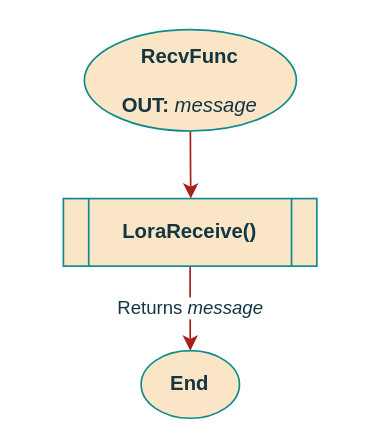
Above: page "recvFunc" (3 of 4) of documentation/flowcharts/Classes/CLoraComm.drawio in ESRGgroup9/slipad (draw.io), before the change. Source tidied: cells renumbered, new cells numbered last; positions are measured from the earlier drawing's top-left corner, leaving out a move shared by most shapes. Both pictures are drawn from the tidied source at 169%, with x=0, y=0 at pixel (63, 29).
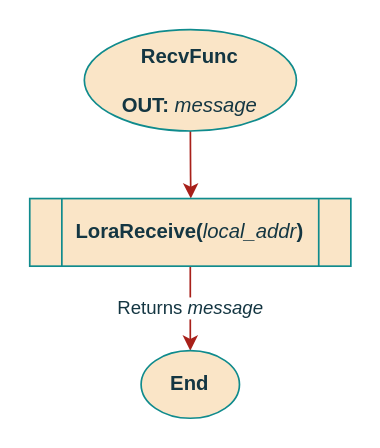
Above is the later version.

Diff of the diagram source:
```diff
@@
 <mxGraphModel>
   <root>
     <mxCell id="0" />
     <mxCell id="1" parent="0" />
     <mxCell id="2" style="edgeStyle=orthogonalEdgeStyle;curved=0;rounded=1;sketch=0;jettySize=auto;html=1;exitX=0.5;exitY=1;exitDx=0;exitDy=0;entryX=0.5;entryY=0;entryDx=0;entryDy=0;fontColor=#143642;strokeColor=#A8201A;fillColor=#FAE5C7;" parent="1" edge="1" source="3">
       <mxGeometry relative="1" as="geometry">
         <mxPoint x="75.4" y="100" as="targetPoint" />
       </mxGeometry>
     </mxCell>
     <mxCell id="3" value="&lt;div&gt;RecvFunc&lt;/div&gt;&lt;div&gt;&lt;br&gt;&lt;/div&gt;&lt;div&gt;OUT: &lt;span style=&quot;font-weight: normal&quot;&gt;&lt;i&gt;message&lt;/i&gt;&lt;/span&gt;&lt;br&gt;&lt;/div&gt;" style="ellipse;whiteSpace=wrap;html=1;fillColor=#FAE5C7;strokeColor=#0F8B8D;fontColor=#143642;fontStyle=1;" parent="1" vertex="1">
       <mxGeometry x="12.4" width="125.5" height="60" as="geometry" />
     </mxCell>
     <mxCell id="4" value="Returns &lt;i&gt;message&lt;/i&gt;" style="edgeStyle=orthogonalEdgeStyle;curved=0;rounded=1;sketch=0;jettySize=auto;html=1;fontColor=#143642;strokeColor=#A8201A;fillColor=#FAE5C7;entryX=0.5;entryY=0;entryDx=0;entryDy=0;exitX=0.5;exitY=1;exitDx=0;exitDy=0;" parent="1" edge="1" source="5" target="6">
       <mxGeometry relative="1" as="geometry" />
     </mxCell>
-    <mxCell id="5" value="&lt;b&gt;LoraReceive()&lt;/b&gt;" style="shape=process;whiteSpace=wrap;html=1;backgroundOutline=1;rounded=0;sketch=0;fontColor=#143642;strokeColor=#0F8B8D;fillColor=#FAE5C7;" parent="1" vertex="1">
-      <mxGeometry y="100" width="150" height="40" as="geometry" />
+    <mxCell id="5" value="&lt;b&gt;LoraReceive(&lt;/b&gt;&lt;i&gt;local_addr&lt;/i&gt;&lt;b&gt;)&lt;/b&gt;" style="shape=process;whiteSpace=wrap;html=1;backgroundOutline=1;rounded=0;sketch=0;fontColor=#143642;strokeColor=#0F8B8D;fillColor=#FAE5C7;" parent="1" vertex="1">
+      <mxGeometry x="-19.9" y="100" width="190" height="40" as="geometry" />
     </mxCell>
     <mxCell id="6" value="End" style="ellipse;whiteSpace=wrap;html=1;fillColor=#FAE5C7;strokeColor=#0F8B8D;fontColor=#143642;fontStyle=1;" parent="1" vertex="1">
       <mxGeometry x="46" y="190" width="58.2" height="40" as="geometry" />
     </mxCell>
   </root>
 </mxGraphModel>
```
